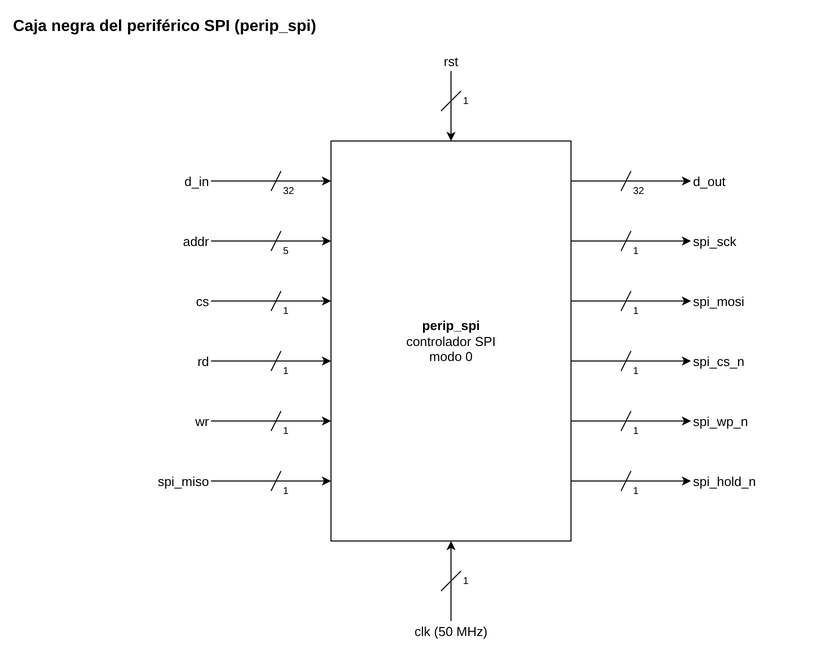
wwilchesc/Proyecto-Final-Digital-Grupo-10 keeps this draw.io diagram as grupo1-memoria-externa/docs/diagramas/1-caja-negra/Grupo1_Caja_Negra_SPI.drawio.png. Above is the earlier version. Source tidied: cells renumbered, new cells last; positions are measured from the earlier drawing's top-left corner, leaving out a move shared by most shapes.
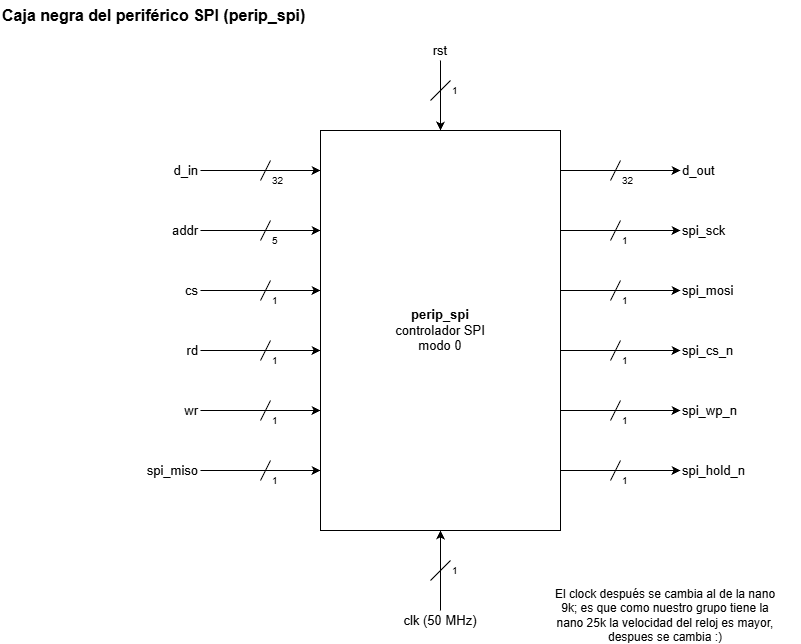
After the change.

What changed in the source:
```diff
@@ -218,5 +218,8 @@
     <mxCell id="59" value="1" style="text;html=1;align=left;verticalAlign=middle;whiteSpace=wrap;rounded=0;fontSize=10;" parent="1" vertex="1">
       <mxGeometry x="450" y="560" width="20" height="20" as="geometry" />
     </mxCell>
+    <mxCell id="60" value="El clock después se cambia al de la nano 9k; es que como nuestro grupo tiene la nano 25k la velocidad del reloj es mayor, despues se cambia :)" style="text;html=1;whiteSpace=wrap;strokeColor=none;fillColor=none;align=center;verticalAlign=middle;rounded=0;" parent="1" vertex="1">
+      <mxGeometry x="550" y="600" width="230" height="30" as="geometry" />
+    </mxCell>
   </root>
 </mxGraphModel>
```
